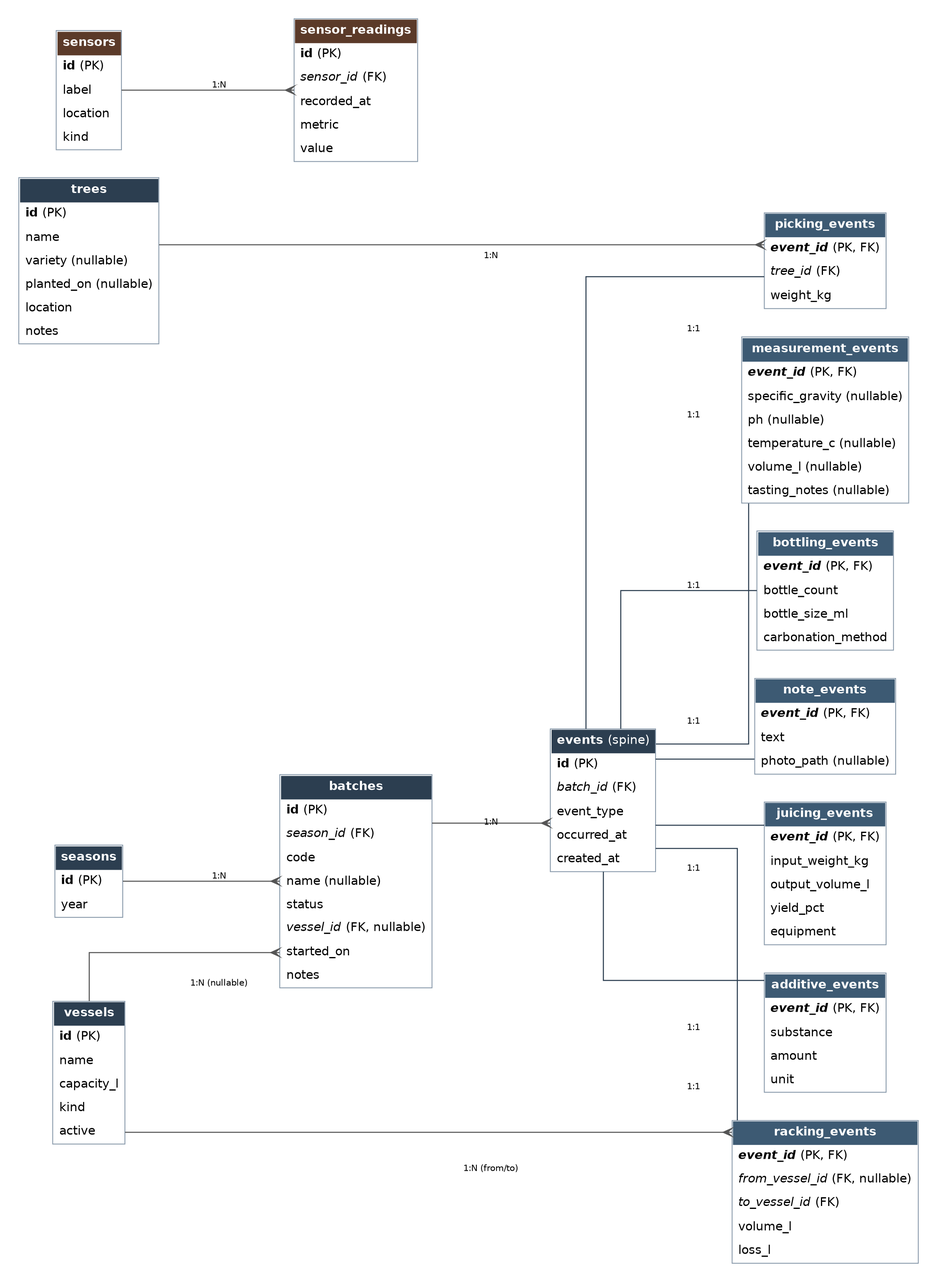
Earlier version of the Graphviz export schema.png (simpan22/ciderhub). Its source is kept beside it as schema.dot.
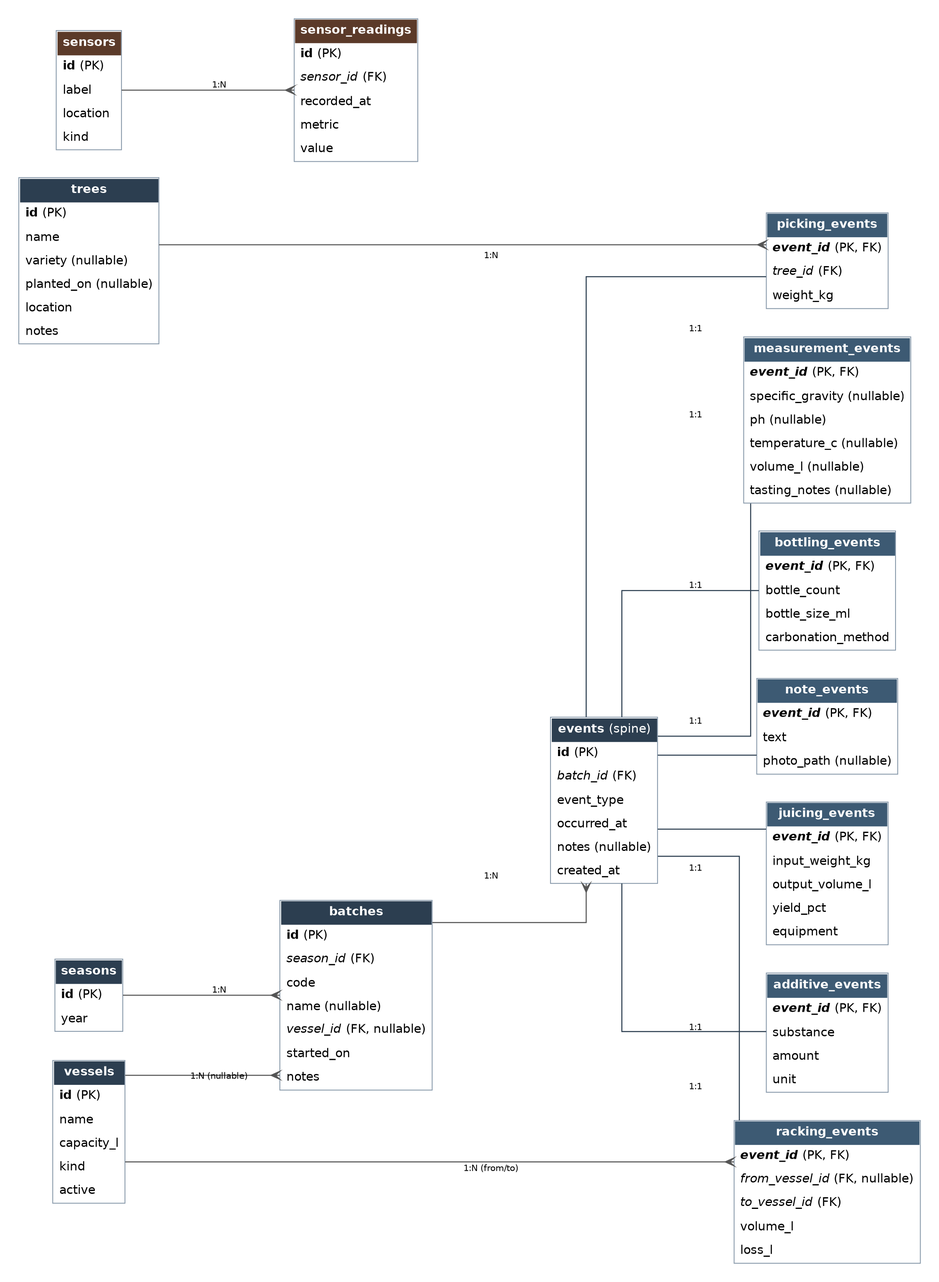
The same file after the commit.

The edit, as a diff of the source:
```diff
@@ -41,7 +41,6 @@
       <TR><TD ALIGN="LEFT"><I>season_id</I> (FK)</TD></TR>
       <TR><TD ALIGN="LEFT">code</TD></TR>
       <TR><TD ALIGN="LEFT">name (nullable)</TD></TR>
-      <TR><TD ALIGN="LEFT">status</TD></TR>
       <TR><TD ALIGN="LEFT"><I>vessel_id</I> (FK, nullable)</TD></TR>
       <TR><TD ALIGN="LEFT">started_on</TD></TR>
       <TR><TD ALIGN="LEFT">notes</TD></TR>
@@ -55,6 +54,7 @@
       <TR><TD ALIGN="LEFT"><I>batch_id</I> (FK)</TD></TR>
       <TR><TD ALIGN="LEFT">event_type</TD></TR>
       <TR><TD ALIGN="LEFT">occurred_at</TD></TR>
+      <TR><TD ALIGN="LEFT">notes (nullable)</TD></TR>
       <TR><TD ALIGN="LEFT">created_at</TD></TR>
     </TABLE>
   >];
```
